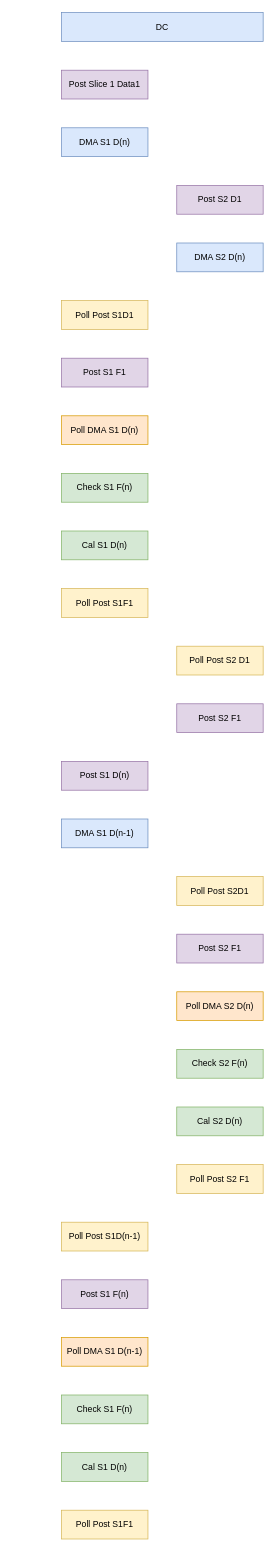
Above: TC2LINK/DC_LINK_WorkFlow.drawio in BEYHHH/SBLP (draw.io), before the change. Source tidied: cells renumbered, new cells numbered last; positions are measured from the earlier drawing's top-left corner, leaving out a move shared by most shapes. Both pictures are drawn from the tidied source at 72%, with x=0, y=0 at pixel (61, 12).
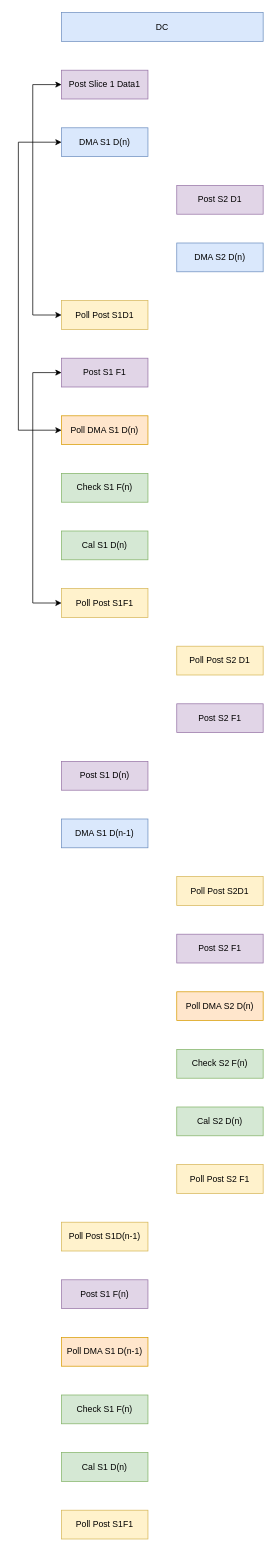
After the change.

Unchanged cells that the change refers to:
```xml
<mxCell id="3" value="Post Slice 1 Data1" style="rounded=0;whiteSpace=wrap;html=1;fillColor=#e1d5e7;strokeColor=#9673a6;" parent="1" vertex="1">
  <mxGeometry y="80" width="120" height="40" as="geometry" />
</mxCell>
<mxCell id="4" value="Poll Post S1D1" style="rounded=0;whiteSpace=wrap;html=1;fillColor=#fff2cc;strokeColor=#d6b656;" parent="1" vertex="1">
  <mxGeometry y="400" width="120" height="40" as="geometry" />
</mxCell>
<mxCell id="9" value="Poll DMA S1 D(n)" style="rounded=0;whiteSpace=wrap;html=1;fillColor=#ffe6cc;strokeColor=#d79b00;" parent="1" vertex="1">
  <mxGeometry y="560" width="120" height="40" as="geometry" />
</mxCell>
```

Diff of the diagram source:
```diff
@@
+    <mxCell id="29" style="endArrow=classic;startArrow=classic;html=1;rounded=0;entryX=0;entryY=0.5;entryDx=0;entryDy=0;exitX=0;exitY=0.5;exitDx=0;exitDy=0;" parent="1" edge="1" source="4" target="3">
+      <mxGeometry relative="1" as="geometry">
+        <Array as="points">
+          <mxPoint x="-40" y="420" />
+          <mxPoint x="-40" y="100" />
+        </Array>
+      </mxGeometry>
+    </mxCell>
+    <mxCell id="30" style="endArrow=classic;startArrow=classic;html=1;rounded=0;entryX=0;entryY=0.5;entryDx=0;entryDy=0;exitX=0;exitY=0.5;exitDx=0;exitDy=0;" parent="1" edge="1" source="9">
+      <mxGeometry relative="1" as="geometry">
+        <mxPoint y="180" as="targetPoint" />
+        <Array as="points">
+          <mxPoint x="-60" y="580" />
+          <mxPoint x="-60" y="180" />
+        </Array>
+      </mxGeometry>
+    </mxCell>
+    <mxCell id="31" style="endArrow=classic;startArrow=classic;html=1;rounded=0;entryX=0;entryY=0.5;entryDx=0;entryDy=0;exitX=0;exitY=0.5;exitDx=0;exitDy=0;" parent="1" edge="1">
+      <mxGeometry relative="1" as="geometry">
+        <mxPoint y="820" as="sourcePoint" />
+        <mxPoint y="500" as="targetPoint" />
+        <Array as="points">
+          <mxPoint x="-40" y="820" />
+          <mxPoint x="-40" y="500" />
+        </Array>
+      </mxGeometry>
+    </mxCell>
```
